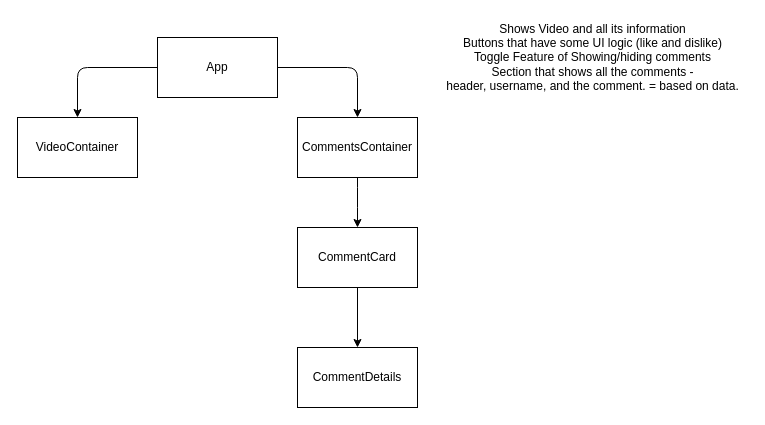
Stelluuh/react-hooks-state-events-pairing keeps this draw.io diagram as Heirarchy.drawio. Above is the earlier version. Source tidied: cells renumbered, new cells numbered last; positions are measured from the earlier drawing's top-left corner, leaving out a move shared by most shapes. Both pictures are drawn from the tidied source at 100%, with x=0, y=0 at pixel (17, 17).
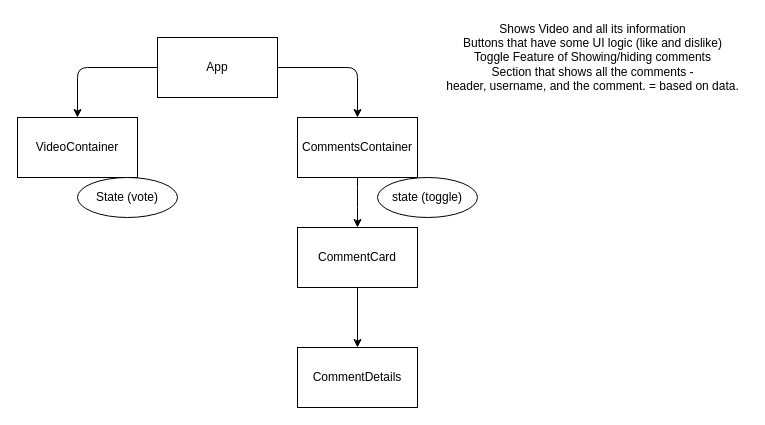
The same diagram, later.

The edit, as a diff of the source:
```diff
@@
 <mxGraphModel>
   <root>
     <mxCell id="0" />
     <mxCell id="1" parent="0" />
     <mxCell id="2" style="edgeStyle=orthogonalEdgeStyle;html=1;exitX=0;exitY=0.5;exitDx=0;exitDy=0;entryX=0.5;entryY=0;entryDx=0;entryDy=0;" parent="1" edge="1" source="4" target="5">
       <mxGeometry relative="1" as="geometry" />
     </mxCell>
     <mxCell id="3" style="edgeStyle=orthogonalEdgeStyle;html=1;exitX=1;exitY=0.5;exitDx=0;exitDy=0;entryX=0.5;entryY=0;entryDx=0;entryDy=0;" parent="1" edge="1" source="4" target="7">
       <mxGeometry relative="1" as="geometry" />
     </mxCell>
     <mxCell id="4" value="App" style="whiteSpace=wrap;html=1;" parent="1" vertex="1">
       <mxGeometry x="140" y="20" width="120" height="60" as="geometry" />
     </mxCell>
     <mxCell id="5" value="VideoContainer" style="whiteSpace=wrap;html=1;" parent="1" vertex="1">
       <mxGeometry y="100" width="120" height="60" as="geometry" />
     </mxCell>
     <mxCell id="6" style="edgeStyle=orthogonalEdgeStyle;html=1;entryX=0.5;entryY=0;entryDx=0;entryDy=0;" parent="1" edge="1" source="7" target="10">
       <mxGeometry relative="1" as="geometry">
         <Array as="points">
           <mxPoint x="340" y="180" />
           <mxPoint x="340" y="180" />
         </Array>
       </mxGeometry>
     </mxCell>
     <mxCell id="7" value="CommentsContainer" style="whiteSpace=wrap;html=1;" parent="1" vertex="1">
       <mxGeometry x="280" y="100" width="120" height="60" as="geometry" />
     </mxCell>
     <mxCell id="8" value="Shows Video and all its information&lt;br&gt;Buttons that have some UI logic (like and dislike)&lt;br&gt;Toggle Feature of Showing/hiding comments&lt;br&gt;Section that shows all the comments - &lt;br&gt;header, username, and the comment. = based on data." style="text;html=1;align=center;verticalAlign=middle;fillColor=none;strokeColor=none;rounded=0;" parent="1" vertex="1">
       <mxGeometry x="420" width="310" height="80" as="geometry" />
     </mxCell>
     <mxCell id="9" style="edgeStyle=orthogonalEdgeStyle;html=1;" parent="1" edge="1" source="10" target="11">
       <mxGeometry relative="1" as="geometry" />
     </mxCell>
     <mxCell id="10" value="CommentCard" style="whiteSpace=wrap;html=1;" parent="1" vertex="1">
       <mxGeometry x="280" y="210" width="120" height="60" as="geometry" />
     </mxCell>
     <mxCell id="11" value="CommentDetails" style="whiteSpace=wrap;html=1;" parent="1" vertex="1">
       <mxGeometry x="280" y="330" width="120" height="60" as="geometry" />
     </mxCell>
+    <mxCell id="12" value="State (vote)" style="ellipse;whiteSpace=wrap;html=1;" parent="1" vertex="1">
+      <mxGeometry x="60" y="160" width="100" height="40" as="geometry" />
+    </mxCell>
+    <mxCell id="13" value="state (toggle)" style="ellipse;whiteSpace=wrap;html=1;" parent="1" vertex="1">
+      <mxGeometry x="360" y="160" width="100" height="40" as="geometry" />
+    </mxCell>
   </root>
 </mxGraphModel>
```
